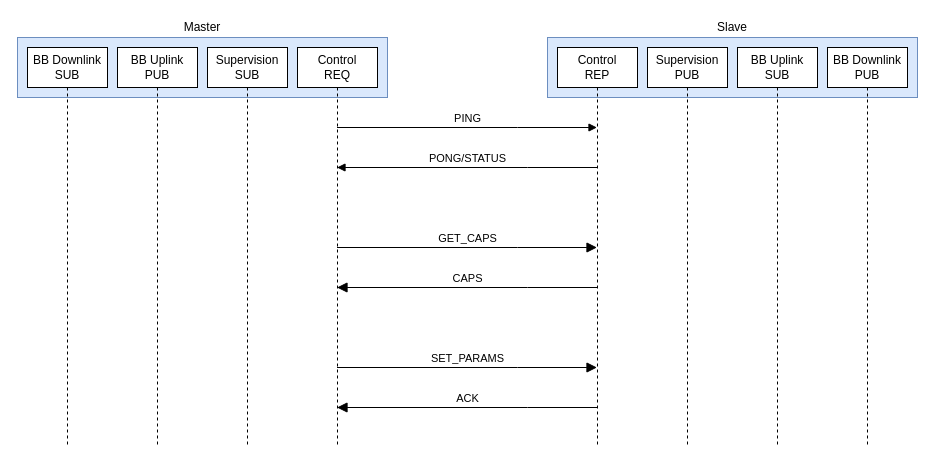
Before: gfx/Basic_config.drawio in M17-Project/CARI, a draw.io diagram. Source tidied: cells renumbered, new cells numbered last; positions are measured from the earlier drawing's top-left corner, leaving out a move shared by most shapes. Both pictures are drawn from the tidied source at 100%, with x=0, y=0 at pixel (17, 17).
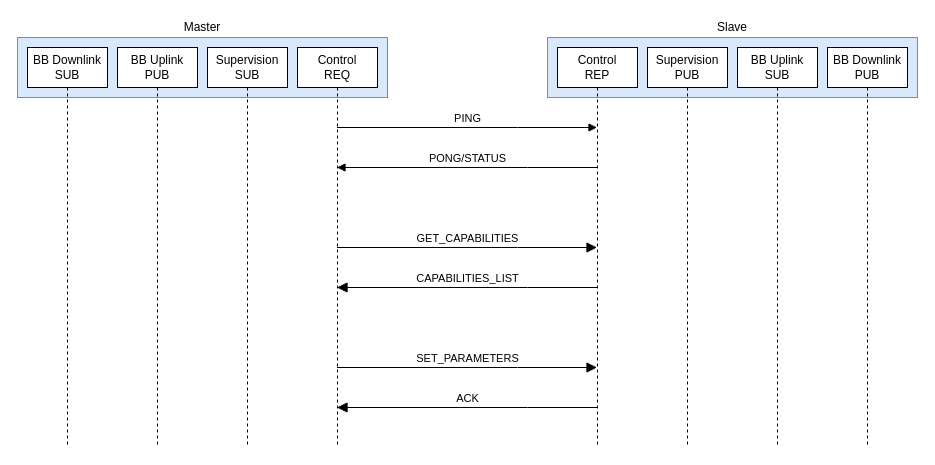
The same diagram, later.

The change refers to these unchanged cells:
```xml
<mxCell id="4" value="&lt;div&gt;Control&lt;br&gt;REQ&lt;/div&gt;" style="shape=umlLifeline;perimeter=lifelinePerimeter;whiteSpace=wrap;html=1;outlineConnect=0;portConstraint=eastwest;newEdgeStyle={&quot;edgeStyle&quot;:&quot;elbowEdgeStyle&quot;,&quot;elbow&quot;:&quot;vertical&quot;,&quot;curved&quot;:0,&quot;rounded&quot;:0};" parent="1" vertex="1">
  <mxGeometry x="280" y="30" width="80" height="400" as="geometry" />
</mxCell>
<mxCell id="5" value="&lt;div&gt;Control&lt;br&gt;REP&lt;/div&gt;" style="shape=umlLifeline;perimeter=lifelinePerimeter;whiteSpace=wrap;html=1;outlineConnect=0;portConstraint=eastwest;newEdgeStyle={&quot;edgeStyle&quot;:&quot;elbowEdgeStyle&quot;,&quot;elbow&quot;:&quot;vertical&quot;,&quot;curved&quot;:0,&quot;rounded&quot;:0};" parent="1" vertex="1">
  <mxGeometry x="540" y="30" width="80" height="400" as="geometry" />
</mxCell>
```

What changed in the source:
```diff
@@
-    <mxCell id="7" value="CAPS" style="html=1;verticalAlign=bottom;endArrow=block;endSize=8;edgeStyle=elbowEdgeStyle;elbow=vertical;curved=0;rounded=0;endFill=1;" parent="1" edge="1" source="5" target="4">
+    <mxCell id="7" value="CAPABILITIES_LIST" style="html=1;verticalAlign=bottom;endArrow=block;endSize=8;edgeStyle=elbowEdgeStyle;elbow=vertical;curved=0;rounded=0;endFill=1;" parent="1" edge="1" source="5" target="4">
       <mxGeometry relative="1" as="geometry">
         <Array as="points">
           <mxPoint x="510" y="270" />
         </Array>
       </mxGeometry>
     </mxCell>
@@
-    <mxCell id="9" value="GET_CAPS" style="html=1;verticalAlign=bottom;endArrow=block;endSize=8;edgeStyle=elbowEdgeStyle;elbow=vertical;curved=0;rounded=0;endFill=1;" parent="1" edge="1" source="4" target="5">
+    <mxCell id="9" value="GET_CAPABILITIES" style="html=1;verticalAlign=bottom;endArrow=block;endSize=8;edgeStyle=elbowEdgeStyle;elbow=vertical;curved=0;rounded=0;endFill=1;" parent="1" edge="1" source="4" target="5">
       <mxGeometry relative="1" as="geometry">
         <Array as="points">
           <mxPoint x="500" y="230" />
         </Array>
       </mxGeometry>
     </mxCell>
@@
-    <mxCell id="14" value="SET_PARAMS" style="html=1;verticalAlign=bottom;endArrow=block;endSize=8;edgeStyle=elbowEdgeStyle;elbow=vertical;curved=0;rounded=0;endFill=1;" parent="1" edge="1" source="4" target="5">
+    <mxCell id="14" value="SET_PARAMETERS" style="html=1;verticalAlign=bottom;endArrow=block;endSize=8;edgeStyle=elbowEdgeStyle;elbow=vertical;curved=0;rounded=0;endFill=1;" parent="1" edge="1" source="4" target="5">
       <mxGeometry relative="1" as="geometry">
         <Array as="points">
           <mxPoint x="500" y="350" />
         </Array>
       </mxGeometry>
     </mxCell>
```
